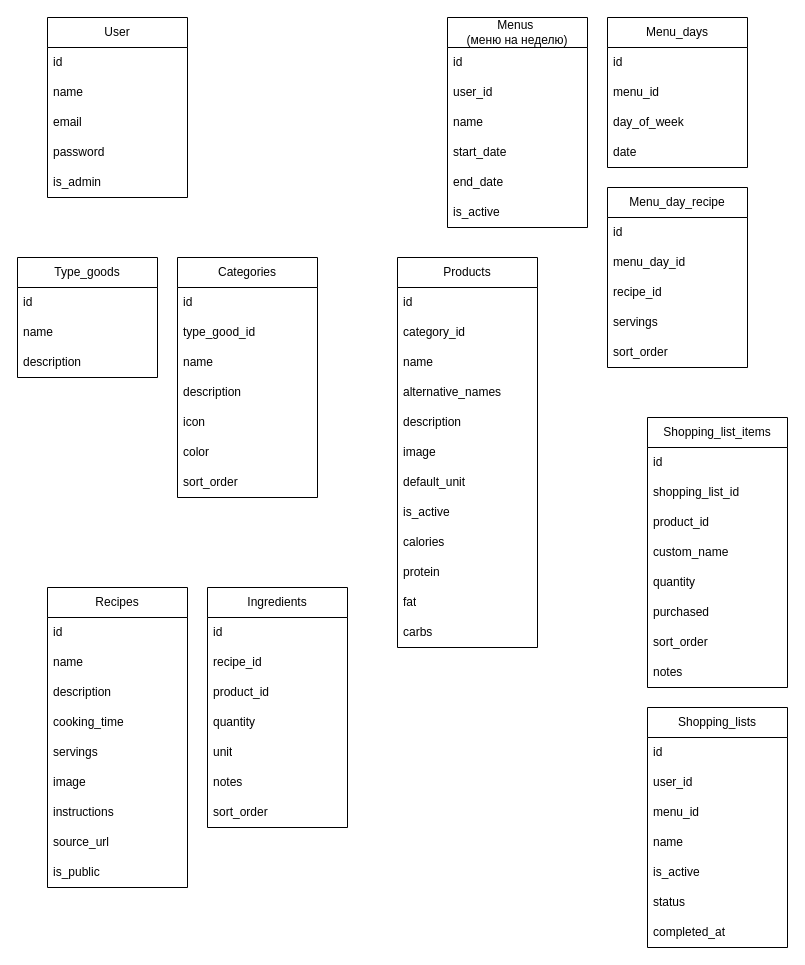
Earlier version of the draw.io diagram Умный список покупок.drawio (smart-shopping-list/smart-shopping-list-doc). Source tidied: cells renumbered, new cells numbered last; positions are measured from the earlier drawing's top-left corner, leaving out a move shared by most shapes. Both pictures are drawn from the tidied source at 100%, with x=0, y=0 at pixel (17, 17).
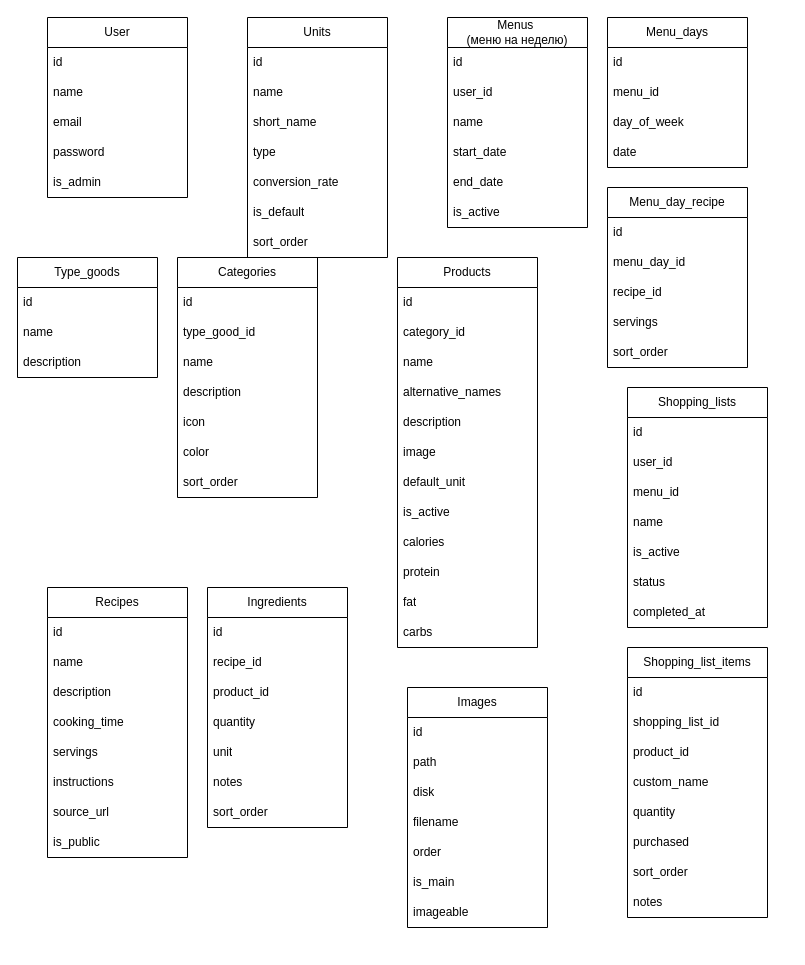
After the change.

What changed in the source:
```diff
@@
     <mxCell id="36" value="Recipes" style="swimlane;fontStyle=0;horizontal=1;startSize=30;whiteSpace=wrap;html=1;" parent="1" vertex="1">
-      <mxGeometry x="30" y="570" width="140" height="300" as="geometry" />
+      <mxGeometry x="30" y="570" width="140" height="270" as="geometry" />
     </mxCell>
@@
-    <mxCell id="42" value="image" style="text;strokeColor=none;fillColor=none;align=left;verticalAlign=middle;spacingLeft=4;spacingRight=4;overflow=hidden;whiteSpace=wrap;html=1;" parent="36" vertex="1">
-      <mxGeometry y="180" width="140" height="30" as="geometry" />
-    </mxCell>
     <mxCell id="43" value="instructions" style="text;strokeColor=none;fillColor=none;align=left;verticalAlign=middle;spacingLeft=4;spacingRight=4;overflow=hidden;whiteSpace=wrap;html=1;" parent="36" vertex="1">
-      <mxGeometry y="210" width="140" height="30" as="geometry" />
+      <mxGeometry y="180" width="140" height="30" as="geometry" />
     </mxCell>
     <mxCell id="44" value="source_url" style="text;strokeColor=none;fillColor=none;align=left;verticalAlign=middle;spacingLeft=4;spacingRight=4;overflow=hidden;whiteSpace=wrap;html=1;" parent="36" vertex="1">
-      <mxGeometry y="240" width="140" height="30" as="geometry" />
+      <mxGeometry y="210" width="140" height="30" as="geometry" />
     </mxCell>
     <mxCell id="45" value="is_public" style="text;strokeColor=none;fillColor=none;align=left;verticalAlign=middle;spacingLeft=4;spacingRight=4;overflow=hidden;whiteSpace=wrap;html=1;" parent="36" vertex="1">
-      <mxGeometry y="270" width="140" height="30" as="geometry" />
+      <mxGeometry y="240" width="140" height="30" as="geometry" />
     </mxCell>
@@
     <mxCell id="65" value="Shopping_lists" style="swimlane;fontStyle=0;horizontal=1;startSize=30;whiteSpace=wrap;html=1;" parent="1" vertex="1">
-      <mxGeometry x="630" y="690" width="140" height="240" as="geometry" />
+      <mxGeometry x="610" y="370" width="140" height="240" as="geometry" />
     </mxCell>
@@
     <mxCell id="73" value="Shopping_list_items" style="swimlane;fontStyle=0;horizontal=1;startSize=30;whiteSpace=wrap;html=1;" parent="1" vertex="1">
-      <mxGeometry x="630" y="400" width="140" height="270" as="geometry" />
+      <mxGeometry x="610" y="630" width="140" height="270" as="geometry" />
     </mxCell>
@@
+    <mxCell id="86" value="Units" style="swimlane;fontStyle=0;horizontal=1;startSize=30;whiteSpace=wrap;html=1;" parent="1" vertex="1">
+      <mxGeometry x="230" width="140" height="240" as="geometry" />
+    </mxCell>
+    <mxCell id="87" value="id" style="text;strokeColor=none;fillColor=none;align=left;verticalAlign=middle;spacingLeft=4;spacingRight=4;overflow=hidden;whiteSpace=wrap;html=1;" parent="86" vertex="1">
+      <mxGeometry y="30" width="140" height="30" as="geometry" />
+    </mxCell>
+    <mxCell id="88" value="name" style="text;strokeColor=none;fillColor=none;align=left;verticalAlign=middle;spacingLeft=4;spacingRight=4;overflow=hidden;whiteSpace=wrap;html=1;" parent="86" vertex="1">
+      <mxGeometry y="60" width="140" height="30" as="geometry" />
+    </mxCell>
+    <mxCell id="89" value="short_name" style="text;strokeColor=none;fillColor=none;align=left;verticalAlign=middle;spacingLeft=4;spacingRight=4;overflow=hidden;whiteSpace=wrap;html=1;" parent="86" vertex="1">
+      <mxGeometry y="90" width="140" height="30" as="geometry" />
+    </mxCell>
+    <mxCell id="90" value="type" style="text;strokeColor=none;fillColor=none;align=left;verticalAlign=middle;spacingLeft=4;spacingRight=4;overflow=hidden;whiteSpace=wrap;html=1;" parent="86" vertex="1">
+      <mxGeometry y="120" width="140" height="30" as="geometry" />
+    </mxCell>
+    <mxCell id="91" value="conversion_rate" style="text;strokeColor=none;fillColor=none;align=left;verticalAlign=middle;spacingLeft=4;spacingRight=4;overflow=hidden;whiteSpace=wrap;html=1;" parent="86" vertex="1">
+      <mxGeometry y="150" width="140" height="30" as="geometry" />
+    </mxCell>
+    <mxCell id="92" value="is_default" style="text;strokeColor=none;fillColor=none;align=left;verticalAlign=middle;spacingLeft=4;spacingRight=4;overflow=hidden;whiteSpace=wrap;html=1;" parent="86" vertex="1">
+      <mxGeometry y="180" width="140" height="30" as="geometry" />
+    </mxCell>
+    <mxCell id="93" value="sort_order" style="text;strokeColor=none;fillColor=none;align=left;verticalAlign=middle;spacingLeft=4;spacingRight=4;overflow=hidden;whiteSpace=wrap;html=1;" parent="86" vertex="1">
+      <mxGeometry y="210" width="140" height="30" as="geometry" />
+    </mxCell>
+    <mxCell id="94" value="Images" style="swimlane;fontStyle=0;horizontal=1;startSize=30;whiteSpace=wrap;html=1;" parent="1" vertex="1">
+      <mxGeometry x="390" y="670" width="140" height="240" as="geometry" />
+    </mxCell>
+    <mxCell id="95" value="id" style="text;strokeColor=none;fillColor=none;align=left;verticalAlign=middle;spacingLeft=4;spacingRight=4;overflow=hidden;whiteSpace=wrap;html=1;" parent="94" vertex="1">
+      <mxGeometry y="30" width="140" height="30" as="geometry" />
+    </mxCell>
+    <mxCell id="96" value="path" style="text;strokeColor=none;fillColor=none;align=left;verticalAlign=middle;spacingLeft=4;spacingRight=4;overflow=hidden;whiteSpace=wrap;html=1;" parent="94" vertex="1">
+      <mxGeometry y="60" width="140" height="30" as="geometry" />
+    </mxCell>
+    <mxCell id="97" value="disk" style="text;strokeColor=none;fillColor=none;align=left;verticalAlign=middle;spacingLeft=4;spacingRight=4;overflow=hidden;whiteSpace=wrap;html=1;" parent="94" vertex="1">
+      <mxGeometry y="90" width="140" height="30" as="geometry" />
+    </mxCell>
+    <mxCell id="98" value="filename" style="text;strokeColor=none;fillColor=none;align=left;verticalAlign=middle;spacingLeft=4;spacingRight=4;overflow=hidden;whiteSpace=wrap;html=1;" parent="94" vertex="1">
+      <mxGeometry y="120" width="140" height="30" as="geometry" />
+    </mxCell>
+    <mxCell id="99" value="order" style="text;strokeColor=none;fillColor=none;align=left;verticalAlign=middle;spacingLeft=4;spacingRight=4;overflow=hidden;whiteSpace=wrap;html=1;" parent="94" vertex="1">
+      <mxGeometry y="150" width="140" height="30" as="geometry" />
+    </mxCell>
+    <mxCell id="100" value="is_main" style="text;strokeColor=none;fillColor=none;align=left;verticalAlign=middle;spacingLeft=4;spacingRight=4;overflow=hidden;whiteSpace=wrap;html=1;" parent="94" vertex="1">
+      <mxGeometry y="180" width="140" height="30" as="geometry" />
+    </mxCell>
+    <mxCell id="101" value="imageable" style="text;strokeColor=none;fillColor=none;align=left;verticalAlign=middle;spacingLeft=4;spacingRight=4;overflow=hidden;whiteSpace=wrap;html=1;" parent="94" vertex="1">
+      <mxGeometry y="210" width="140" height="30" as="geometry" />
+    </mxCell>
```
